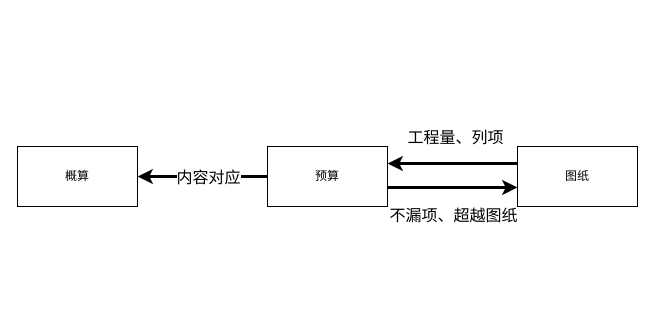
Earlier version of the draw.io diagram Untitled Diagram.drawio (26awen/drawiofiles). Source tidied: cells renumbered, new cells numbered last; positions are measured from the earlier drawing's top-left corner, leaving out a move shared by most shapes. Both pictures are drawn from the tidied source at 100%, with x=0, y=0 at pixel (17, 146).
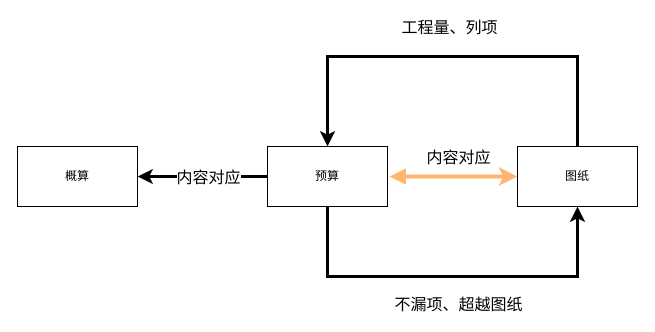
The same diagram, later.

Commit message:
Update 庄行停车场预算

Diff of the diagram source:
```diff
@@
 <mxGraphModel>
   <root>
     <mxCell id="0" />
     <mxCell id="1" parent="0" />
     <mxCell id="2" value="概算" style="rounded=0;whiteSpace=wrap;html=1;" parent="1" vertex="1">
       <mxGeometry width="120" height="60" as="geometry" />
     </mxCell>
     <mxCell id="3" style="edgeStyle=orthogonalEdgeStyle;jettySize=auto;html=1;rounded=0;strokeWidth=3;" parent="1" edge="1" source="7" target="2">
       <mxGeometry relative="1" as="geometry" />
     </mxCell>
     <mxCell id="4" value="内容对应" style="edgeLabel;html=1;align=center;verticalAlign=middle;fontSize=16;" parent="3" vertex="1">
       <mxGeometry x="-0.32" y="-2" relative="1" as="geometry">
         <mxPoint x="-16" y="2" as="offset" />
       </mxGeometry>
     </mxCell>
-    <mxCell id="5" style="edgeStyle=orthogonalEdgeStyle;rounded=0;orthogonalLoop=1;jettySize=auto;html=1;exitX=1;exitY=0.75;exitDx=0;exitDy=0;entryX=0;entryY=0.75;entryDx=0;entryDy=0;fontSize=16;strokeColor=default;strokeWidth=3;" parent="1" edge="1">
+    <mxCell id="5" style="edgeStyle=orthogonalEdgeStyle;rounded=0;jettySize=auto;html=1;exitX=0.5;exitY=1;exitDx=0;exitDy=0;entryX=0.5;entryY=1;entryDx=0;entryDy=0;fontSize=16;strokeColor=default;strokeWidth=3;" parent="1" edge="1" source="7" target="10">
       <mxGeometry relative="1" as="geometry">
-        <mxPoint x="370" y="41" as="sourcePoint" />
-        <mxPoint x="500" y="41" as="targetPoint" />
+        <Array as="points">
+          <mxPoint x="310" y="130" />
+          <mxPoint x="560" y="130" />
+        </Array>
       </mxGeometry>
     </mxCell>
     <mxCell id="6" value="不漏项、超越图纸" style="edgeLabel;html=1;align=center;verticalAlign=bottom;fontSize=16;" parent="5" vertex="1">
       <mxGeometry x="0.26" y="2" relative="1" as="geometry">
-        <mxPoint x="-17" y="41" as="offset" />
+        <mxPoint x="-46" y="41" as="offset" />
       </mxGeometry>
     </mxCell>
+    <mxCell id="11" style="jettySize=auto;html=1;entryX=0;entryY=0.5;entryDx=0;entryDy=0;fontSize=16;strokeColor=#FFB570;strokeWidth=4;edgeStyle=orthogonalEdgeStyle;startArrow=block;targetPerimeterSpacing=2;sourcePerimeterSpacing=2;rounded=0;" parent="1" edge="1" source="7" target="10">
+      <mxGeometry relative="1" as="geometry" />
+    </mxCell>
+    <mxCell id="12" value="内容对应" style="edgeLabel;html=1;align=center;verticalAlign=middle;fontSize=16;" parent="11" vertex="1">
+      <mxGeometry x="0.16" y="-1" relative="1" as="geometry">
+        <mxPoint x="-6" y="-21" as="offset" />
+      </mxGeometry>
+    </mxCell>
     <mxCell id="7" value="预算" style="rounded=0;whiteSpace=wrap;html=1;" parent="1" vertex="1">
       <mxGeometry x="250" width="120" height="60" as="geometry" />
     </mxCell>
-    <mxCell id="8" style="edgeStyle=orthogonalEdgeStyle;rounded=0;orthogonalLoop=1;jettySize=auto;html=1;entryX=1;entryY=0.5;entryDx=0;entryDy=0;fontSize=16;strokeColor=default;strokeWidth=3;" parent="1" edge="1">
+    <mxCell id="8" style="edgeStyle=orthogonalEdgeStyle;rounded=0;jettySize=auto;html=1;fontSize=16;strokeColor=default;strokeWidth=3;entryX=0.5;entryY=0;entryDx=0;entryDy=0;exitX=0.5;exitY=0;exitDx=0;exitDy=0;" parent="1" edge="1" source="10" target="7">
       <mxGeometry relative="1" as="geometry">
-        <mxPoint x="500" y="17" as="sourcePoint" />
-        <mxPoint x="370" y="17" as="targetPoint" />
+        <Array as="points">
+          <mxPoint x="560" y="-90" />
+          <mxPoint x="310" y="-90" />
+        </Array>
       </mxGeometry>
     </mxCell>
     <mxCell id="9" value="工程量、列项" style="edgeLabel;html=1;align=center;verticalAlign=middle;fontSize=16;" parent="8" vertex="1">
       <mxGeometry x="0.29" y="1" relative="1" as="geometry">
-        <mxPoint x="21" y="-28" as="offset" />
+        <mxPoint x="58" y="-31" as="offset" />
       </mxGeometry>
     </mxCell>
     <mxCell id="10" value="图纸" style="rounded=0;whiteSpace=wrap;html=1;" parent="1" vertex="1">
       <mxGeometry x="500" width="120" height="60" as="geometry" />
     </mxCell>
   </root>
 </mxGraphModel>
```
